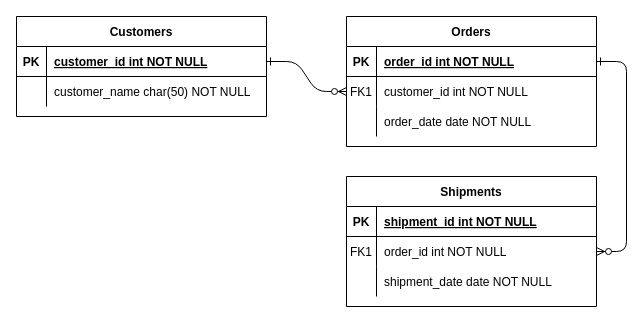
Above: 名称未設定ファイル.drawio in misaco1223/cutting_cube_simulator (draw.io), before the change. Source tidied: cells renumbered, new cells numbered last; positions are measured from the earlier drawing's top-left corner, leaving out a move shared by most shapes. Both pictures are drawn from the tidied source at 100%, with x=0, y=0 at pixel (16, 16).
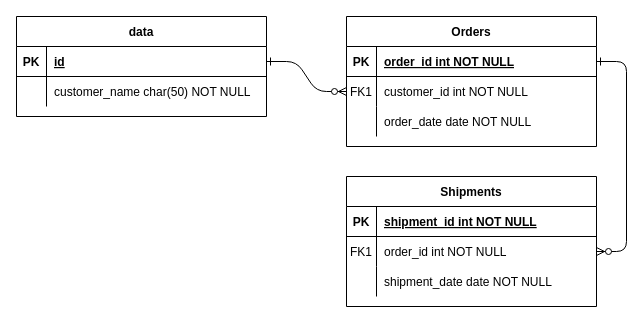
The same diagram, later.

Commit message:
立方体の切断.drawio

The change refers to these unchanged cells:
```xml
<mxCell id="25" style="shape=partialRectangle;fillColor=none;points=[[0,0.5],[1,0.5]];portConstraint=eastwest;top=0;left=0;right=0;bottom=1;" parent="24" vertex="1">
  <mxGeometry y="30" width="250" height="30" as="geometry" />
</mxCell>
```

Change to the diagram source:
```diff
@@
-    <mxCell id="24" value="Customers" style="shape=table;startSize=30;childLayout=tableLayout;rowLines=0;fontStyle=1;align=center;" parent="1" vertex="1">
+    <mxCell id="24" value="data" style="shape=table;startSize=30;childLayout=tableLayout;rowLines=0;fontStyle=1;align=center;" parent="1" vertex="1">
       <mxGeometry width="250" height="100" as="geometry" />
     </mxCell>
@@
-    <mxCell id="27" value="customer_id int NOT NULL " style="shape=partialRectangle;overflow=hidden;fillColor=none;top=0;left=0;bottom=0;right=0;align=left;spacingLeft=6;fontStyle=5;" parent="25" vertex="1">
+    <mxCell id="27" value="id" style="shape=partialRectangle;overflow=hidden;fillColor=none;top=0;left=0;bottom=0;right=0;align=left;spacingLeft=6;fontStyle=5;" parent="25" vertex="1">
       <mxGeometry x="30" width="220" height="30" as="geometry" />
     </mxCell>
```
